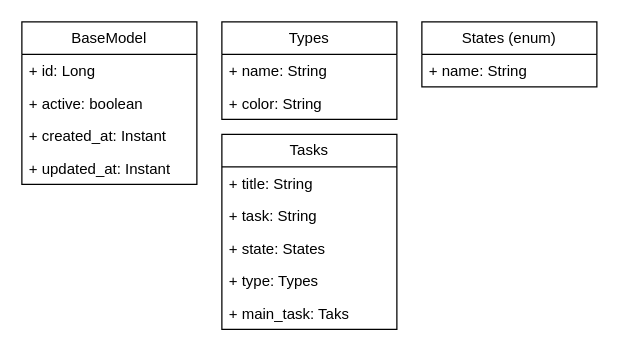
Above: page "Modelos" (1 of 3) of UML.drawio in Miguel52CF/Task_Manager (draw.io), before the change. Source tidied: cells renumbered, new cells numbered last; positions are measured from the earlier drawing's top-left corner, leaving out a move shared by most shapes. Both pictures are drawn from the tidied source at 125%, with x=0, y=0 at pixel (21, 21).
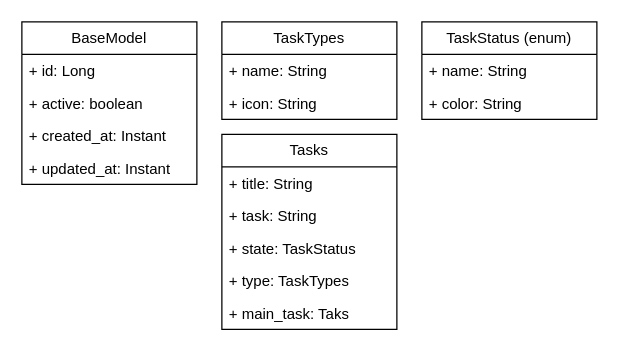
The same diagram, later.

Change to the diagram source:
```diff
@@
 <mxGraphModel>
   <root>
     <mxCell id="0" />
     <mxCell id="1" parent="0" />
     <mxCell id="2" value="BaseModel" style="swimlane;fontStyle=0;horizontal=1;startSize=26;fillColor=none;whiteSpace=wrap;html=1;" parent="1" vertex="1">
       <mxGeometry width="140" height="130" as="geometry" />
     </mxCell>
     <mxCell id="3" value="+ id: Long" style="text;strokeColor=none;fillColor=none;align=left;verticalAlign=top;spacingLeft=4;spacingRight=4;overflow=hidden;whiteSpace=wrap;html=1;" parent="2" vertex="1">
       <mxGeometry y="26" width="140" height="26" as="geometry" />
     </mxCell>
     <mxCell id="4" value="+ active: boolean" style="text;strokeColor=none;fillColor=none;align=left;verticalAlign=top;spacingLeft=4;spacingRight=4;overflow=hidden;whiteSpace=wrap;html=1;" parent="2" vertex="1">
       <mxGeometry y="52" width="140" height="26" as="geometry" />
     </mxCell>
     <mxCell id="5" value="+ created_at: Instant" style="text;strokeColor=none;fillColor=none;align=left;verticalAlign=top;spacingLeft=4;spacingRight=4;overflow=hidden;whiteSpace=wrap;html=1;" parent="2" vertex="1">
       <mxGeometry y="78" width="140" height="26" as="geometry" />
     </mxCell>
     <mxCell id="6" value="+ updated_at: Instant" style="text;strokeColor=none;fillColor=none;align=left;verticalAlign=top;spacingLeft=4;spacingRight=4;overflow=hidden;whiteSpace=wrap;html=1;" parent="2" vertex="1">
       <mxGeometry y="104" width="140" height="26" as="geometry" />
     </mxCell>
-    <mxCell id="7" value="Types" style="swimlane;fontStyle=0;horizontal=1;startSize=26;fillColor=none;whiteSpace=wrap;html=1;" parent="1" vertex="1">
+    <mxCell id="7" value="TaskTypes" style="swimlane;fontStyle=0;horizontal=1;startSize=26;fillColor=none;whiteSpace=wrap;html=1;" parent="1" vertex="1">
       <mxGeometry x="160" width="140" height="78" as="geometry" />
     </mxCell>
     <mxCell id="8" value="+ name: String" style="text;strokeColor=none;fillColor=none;align=left;verticalAlign=top;spacingLeft=4;spacingRight=4;overflow=hidden;whiteSpace=wrap;html=1;" parent="7" vertex="1">
       <mxGeometry y="26" width="140" height="26" as="geometry" />
     </mxCell>
-    <mxCell id="9" value="+ color: String" style="text;strokeColor=none;fillColor=none;align=left;verticalAlign=top;spacingLeft=4;spacingRight=4;overflow=hidden;whiteSpace=wrap;html=1;" parent="7" vertex="1">
+    <mxCell id="9" value="+ icon: String" style="text;strokeColor=none;fillColor=none;align=left;verticalAlign=top;spacingLeft=4;spacingRight=4;overflow=hidden;whiteSpace=wrap;html=1;" parent="7" vertex="1">
       <mxGeometry y="52" width="140" height="26" as="geometry" />
     </mxCell>
     <mxCell id="10" value="Tasks" style="swimlane;fontStyle=0;horizontal=1;startSize=26;fillColor=none;whiteSpace=wrap;html=1;" parent="1" vertex="1">
       <mxGeometry x="160" y="90" width="140" height="156" as="geometry" />
     </mxCell>
     <mxCell id="11" value="+ title: String" style="text;strokeColor=none;fillColor=none;align=left;verticalAlign=top;spacingLeft=4;spacingRight=4;overflow=hidden;whiteSpace=wrap;html=1;" parent="10" vertex="1">
       <mxGeometry y="26" width="140" height="26" as="geometry" />
     </mxCell>
     <mxCell id="12" value="+ task: String" style="text;strokeColor=none;fillColor=none;align=left;verticalAlign=top;spacingLeft=4;spacingRight=4;overflow=hidden;whiteSpace=wrap;html=1;" parent="10" vertex="1">
       <mxGeometry y="52" width="140" height="26" as="geometry" />
     </mxCell>
-    <mxCell id="13" value="+ state: States" style="text;strokeColor=none;fillColor=none;align=left;verticalAlign=top;spacingLeft=4;spacingRight=4;overflow=hidden;whiteSpace=wrap;html=1;" parent="10" vertex="1">
+    <mxCell id="13" value="+ state: TaskStatus" style="text;strokeColor=none;fillColor=none;align=left;verticalAlign=top;spacingLeft=4;spacingRight=4;overflow=hidden;whiteSpace=wrap;html=1;" parent="10" vertex="1">
       <mxGeometry y="78" width="140" height="26" as="geometry" />
     </mxCell>
-    <mxCell id="14" value="+ type: Types" style="text;strokeColor=none;fillColor=none;align=left;verticalAlign=top;spacingLeft=4;spacingRight=4;overflow=hidden;whiteSpace=wrap;html=1;" parent="10" vertex="1">
+    <mxCell id="14" value="+ type: TaskTypes" style="text;strokeColor=none;fillColor=none;align=left;verticalAlign=top;spacingLeft=4;spacingRight=4;overflow=hidden;whiteSpace=wrap;html=1;" parent="10" vertex="1">
       <mxGeometry y="104" width="140" height="26" as="geometry" />
     </mxCell>
     <mxCell id="15" value="+ main_task: Taks" style="text;strokeColor=none;fillColor=none;align=left;verticalAlign=top;spacingLeft=4;spacingRight=4;overflow=hidden;whiteSpace=wrap;html=1;" parent="10" vertex="1">
       <mxGeometry y="130" width="140" height="26" as="geometry" />
     </mxCell>
-    <mxCell id="16" value="States (enum)" style="swimlane;fontStyle=0;horizontal=1;startSize=26;fillColor=none;whiteSpace=wrap;html=1;" parent="1" vertex="1">
-      <mxGeometry x="320" width="140" height="52" as="geometry" />
+    <mxCell id="16" value="TaskStatus (enum)" style="swimlane;fontStyle=0;horizontal=1;startSize=26;fillColor=none;whiteSpace=wrap;html=1;" parent="1" vertex="1">
+      <mxGeometry x="320" width="140" height="78" as="geometry" />
     </mxCell>
     <mxCell id="17" value="+ name: String" style="text;strokeColor=none;fillColor=none;align=left;verticalAlign=top;spacingLeft=4;spacingRight=4;overflow=hidden;whiteSpace=wrap;html=1;" parent="16" vertex="1">
       <mxGeometry y="26" width="140" height="26" as="geometry" />
     </mxCell>
+    <mxCell id="18" value="+ color: String" style="text;strokeColor=none;fillColor=none;align=left;verticalAlign=top;spacingLeft=4;spacingRight=4;overflow=hidden;whiteSpace=wrap;html=1;" parent="16" vertex="1">
+      <mxGeometry y="52" width="140" height="26" as="geometry" />
+    </mxCell>
   </root>
 </mxGraphModel>
```
